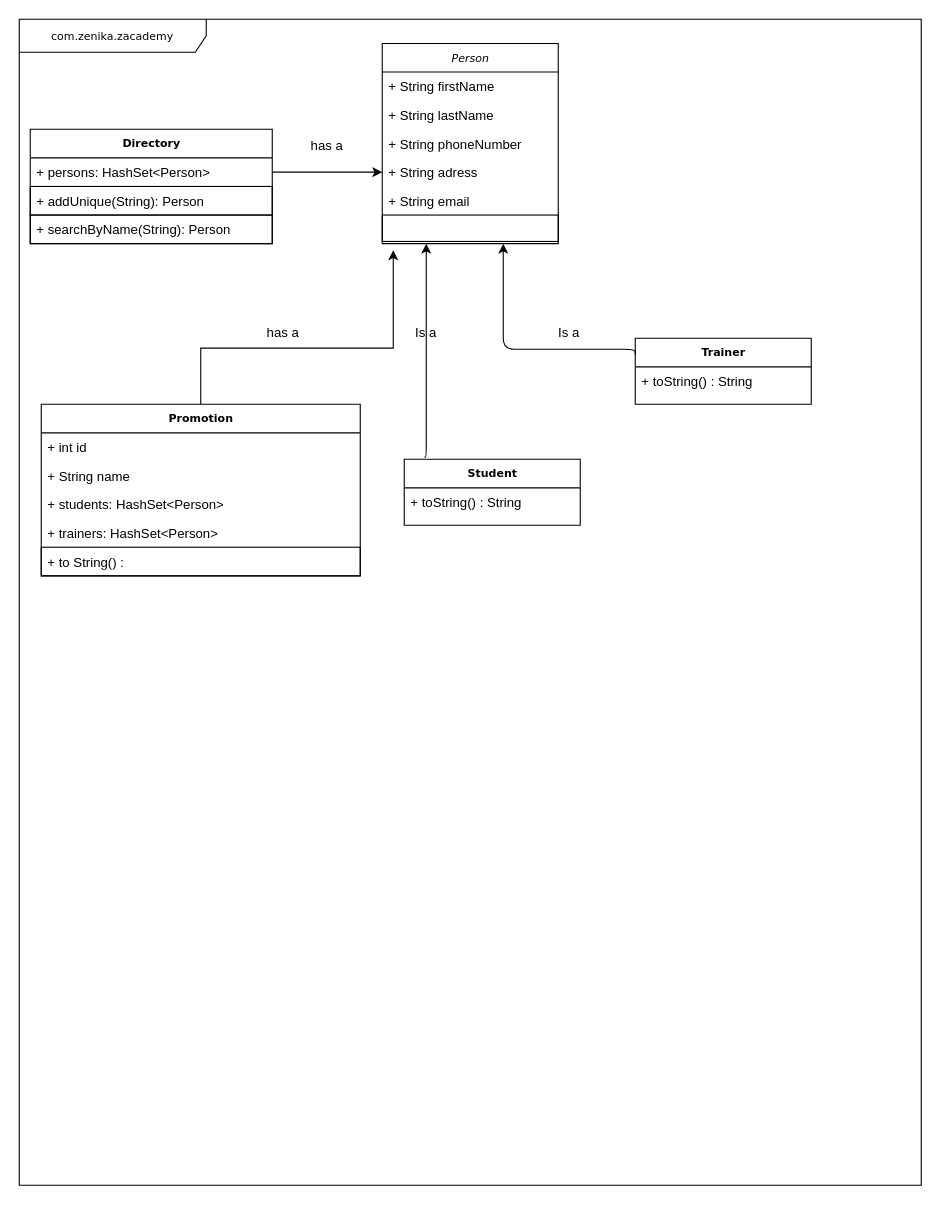
This is Zacademy_DC.drawio from LisaDaudibon/designjava-tp4, a draw.io file, before an edit. Source tidied: cells renumbered, new cells numbered last; positions are measured from the earlier drawing's top-left corner, leaving out a move shared by most shapes. Both pictures are drawn from the tidied source at 110%, with x=0, y=0 at pixel (19, 19).
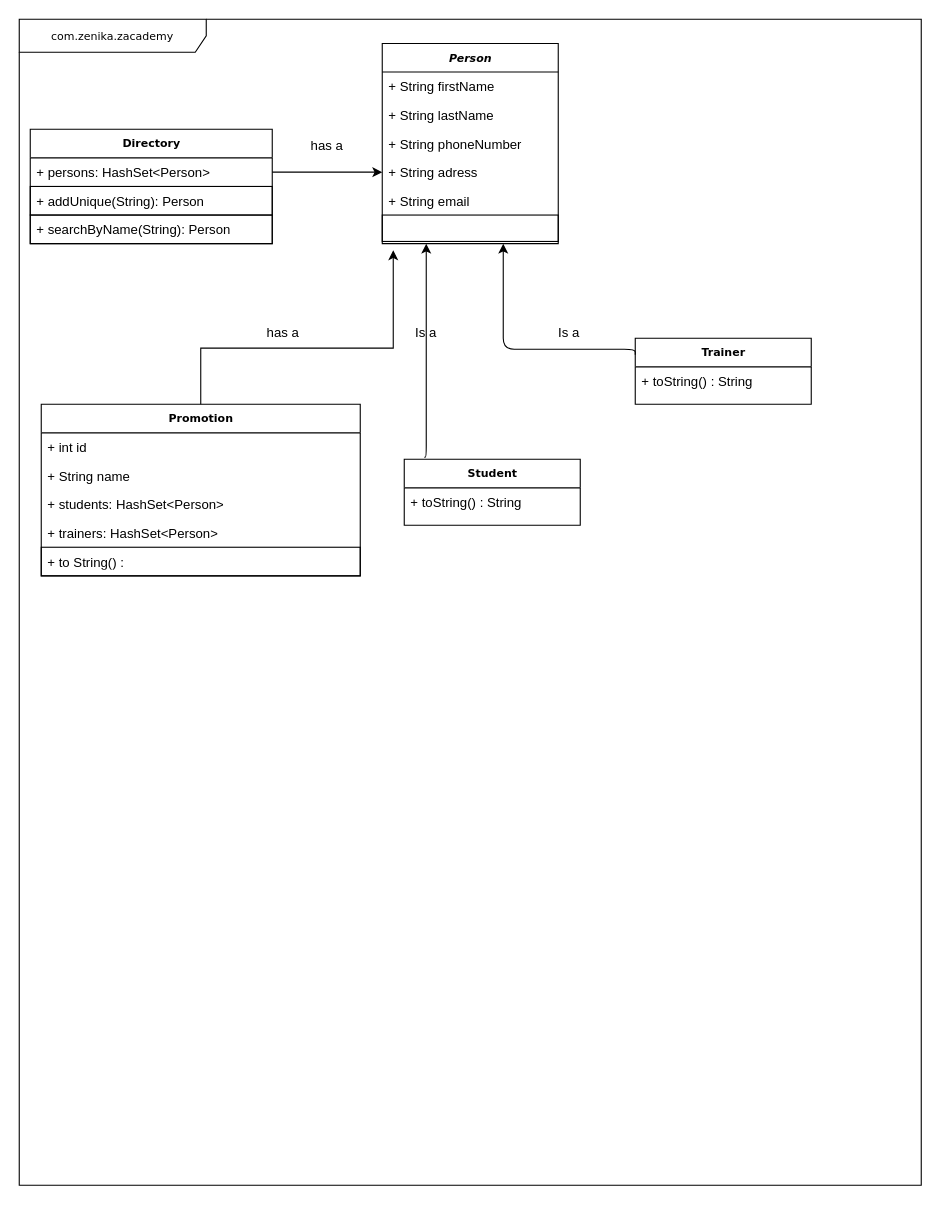
The same diagram, later.

Commit message:
Mettre à jour Zacademy_DC.drawio

What changed in the source:
```diff
@@
-    <mxCell id="5" value="&lt;i&gt;Person&lt;/i&gt;" style="swimlane;html=1;fontStyle=0;horizontal=1;startSize=26;fillColor=none;swimlaneFillColor=#ffffff;rounded=0;shadow=0;comic=0;labelBackgroundColor=none;strokeWidth=1;fontFamily=Verdana;fontSize=10;align=center;" parent="1" vertex="1">
+    <mxCell id="5" value="&lt;i&gt;&lt;b&gt;Person&lt;/b&gt;&lt;/i&gt;" style="swimlane;html=1;fontStyle=0;horizontal=1;startSize=26;fillColor=none;swimlaneFillColor=#ffffff;rounded=0;shadow=0;comic=0;labelBackgroundColor=none;strokeWidth=1;fontFamily=Verdana;fontSize=10;align=center;" parent="1" vertex="1">
       <mxGeometry x="330" y="22" width="160" height="182" as="geometry" />
     </mxCell>
```
